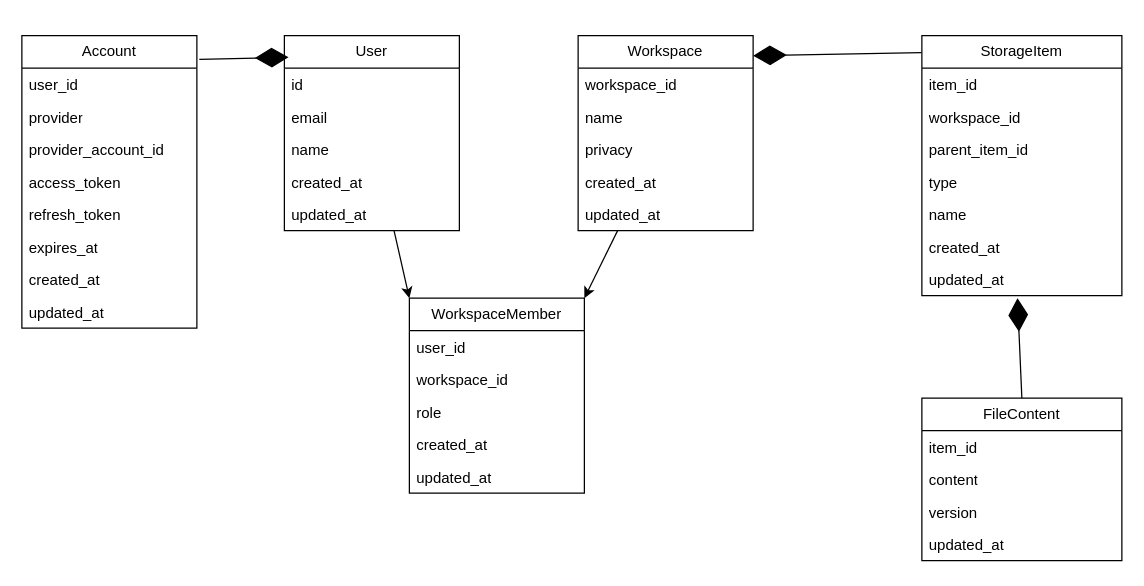
Above: db-diagram.drawio in AyushMainali123/studysync (draw.io), before the change. Source tidied: cells renumbered, new cells numbered last; positions are measured from the earlier drawing's top-left corner, leaving out a move shared by most shapes. Both pictures are drawn from the tidied source at 125%, with x=0, y=0 at pixel (21, 35).
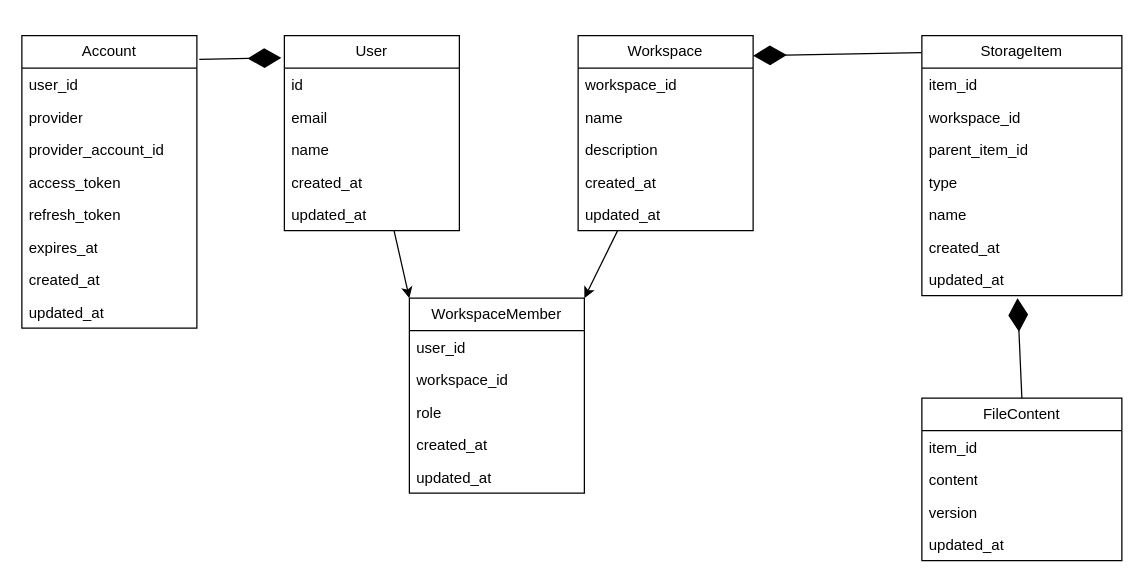
The same diagram, later.

The change refers to these unchanged cells:
```xml
<mxCell id="3" value="User" style="swimlane;fontStyle=0;horizontal=1;startSize=26;fillColor=none;whiteSpace=wrap;html=1;" parent="1" vertex="1">
  <mxGeometry x="210" width="140" height="156" as="geometry" />
</mxCell>
<mxCell id="10" value="Workspace" style="swimlane;fontStyle=0;horizontal=1;startSize=26;fillColor=none;whiteSpace=wrap;html=1;" parent="1" vertex="1">
  <mxGeometry x="445" width="140" height="156" as="geometry" />
</mxCell>
<mxCell id="30" value="Account" style="swimlane;fontStyle=0;horizontal=1;startSize=26;fillColor=none;whiteSpace=wrap;html=1;" parent="1" vertex="1">
  <mxGeometry width="140" height="234" as="geometry" />
</mxCell>
```

Change to the diagram source:
```diff
@@
-    <mxCell id="13" value="privacy" style="text;strokeColor=none;fillColor=none;align=left;verticalAlign=top;spacingLeft=4;spacingRight=4;overflow=hidden;whiteSpace=wrap;html=1;" parent="10" vertex="1">
-      <mxGeometry y="78" width="140" height="26" as="geometry" />
-    </mxCell>
+    <mxCell id="47" value="description&lt;div&gt;&lt;br&gt;&lt;/div&gt;" style="text;strokeColor=none;fillColor=none;align=left;verticalAlign=top;spacingLeft=4;spacingRight=4;overflow=hidden;whiteSpace=wrap;html=1;" parent="10" vertex="1">
+      <mxGeometry y="78" width="140" height="26" as="geometry" />
+    </mxCell>
@@
-    <mxCell id="39" style="endArrow=diamondThin;endFill=1;endSize=24;html=1;rounded=0;exitX=1.014;exitY=0.081;exitDx=0;exitDy=0;exitPerimeter=0;entryX=0.024;entryY=0.111;entryDx=0;entryDy=0;entryPerimeter=0;" parent="1" edge="1" source="30" target="3">
+    <mxCell id="39" style="endArrow=diamondThin;endFill=1;endSize=24;html=1;rounded=0;exitX=1.014;exitY=0.081;exitDx=0;exitDy=0;exitPerimeter=0;entryX=-0.018;entryY=0.114;entryDx=0;entryDy=0;entryPerimeter=0;" parent="1" edge="1" source="30" target="3">
       <mxGeometry relative="1" as="geometry" />
     </mxCell>
```
